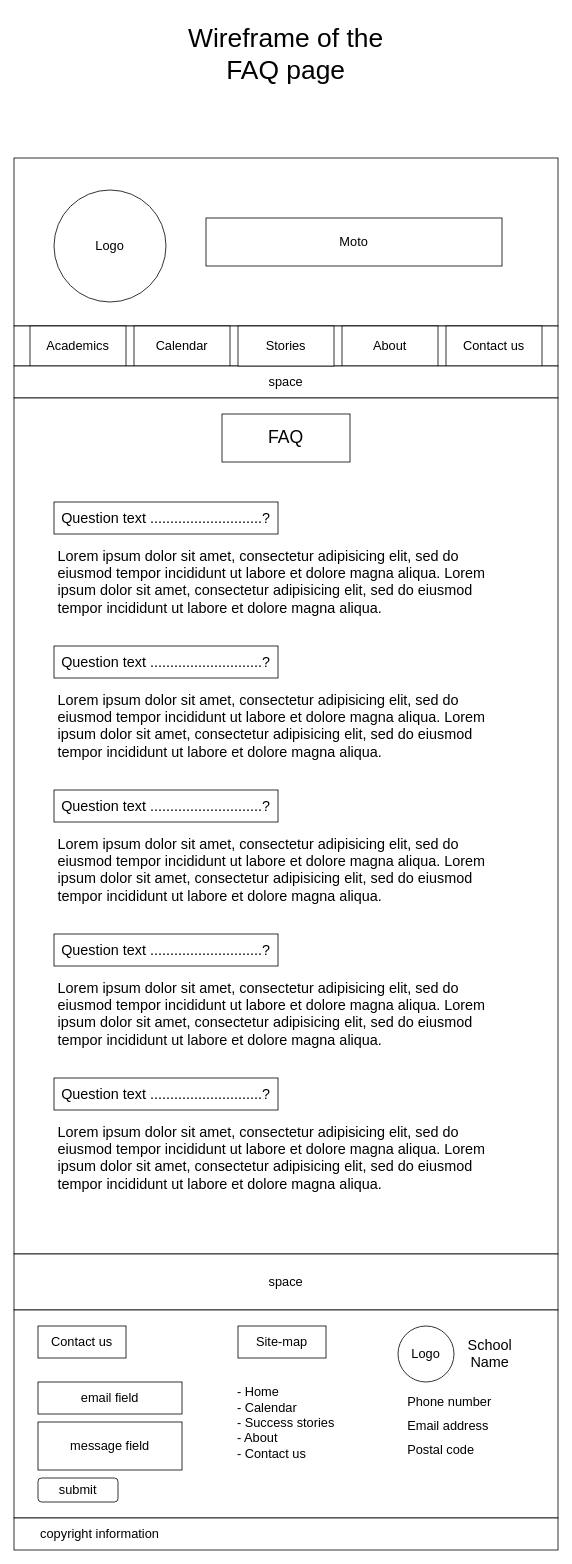
The draw.io diagram design/FAQ_page_wireframe.drawio in sami-bre/UGR-0848-13, before the edit. Source tidied: cells renumbered, new cells numbered last; positions are measured from the earlier drawing's top-left corner, leaving out a move shared by most shapes. Both pictures are drawn from the tidied source at 80%, with x=0, y=0 at pixel (14, 14).
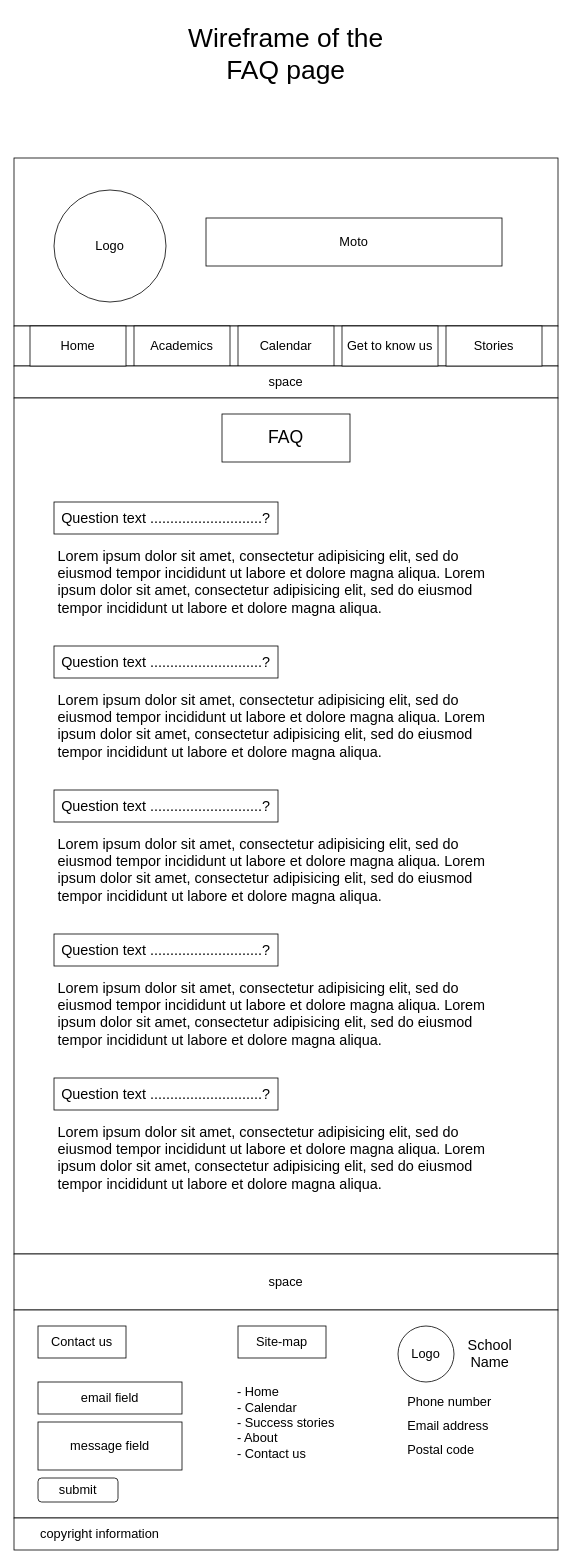
The same page after the edit.

The edit, as a diff of the source:
```diff
@@
     <mxCell id="7" value="Academics" style="rounded=0;whiteSpace=wrap;html=1;fontSize=16;" parent="1" vertex="1">
-      <mxGeometry x="20" y="390" width="120" height="50" as="geometry" />
+      <mxGeometry x="150" y="390" width="120" height="50" as="geometry" />
     </mxCell>
     <mxCell id="8" value="Calendar" style="rounded=0;whiteSpace=wrap;html=1;fontSize=16;" parent="1" vertex="1">
-      <mxGeometry x="150" y="390" width="120" height="50" as="geometry" />
+      <mxGeometry x="280" y="390" width="120" height="50" as="geometry" />
     </mxCell>
-    <mxCell id="9" value="About" style="rounded=0;whiteSpace=wrap;html=1;fontSize=16;" parent="1" vertex="1">
-      <mxGeometry x="410" y="390" width="120" height="50" as="geometry" />
-    </mxCell>
-    <mxCell id="10" value="Contact us" style="rounded=0;whiteSpace=wrap;html=1;fontSize=16;" parent="1" vertex="1">
-      <mxGeometry x="540" y="390" width="120" height="50" as="geometry" />
-    </mxCell>
@@
-    <mxCell id="12" value="Stories" style="rounded=0;whiteSpace=wrap;html=1;fontSize=16;" parent="1" vertex="1">
-      <mxGeometry x="280" y="390" width="120" height="50" as="geometry" />
+    <mxCell id="12" value="Get to know us" style="rounded=0;whiteSpace=wrap;html=1;fontSize=16;" parent="1" vertex="1">
+      <mxGeometry x="410" y="390" width="120" height="50" as="geometry" />
     </mxCell>
@@
+    <mxCell id="39" value="Home" style="rounded=0;whiteSpace=wrap;html=1;fontSize=16;" parent="1" vertex="1">
+      <mxGeometry x="20" y="390" width="120" height="50" as="geometry" />
+    </mxCell>
+    <mxCell id="40" value="Stories" style="rounded=0;whiteSpace=wrap;html=1;fontSize=16;" parent="1" vertex="1">
+      <mxGeometry x="540" y="390" width="120" height="50" as="geometry" />
+    </mxCell>
```
